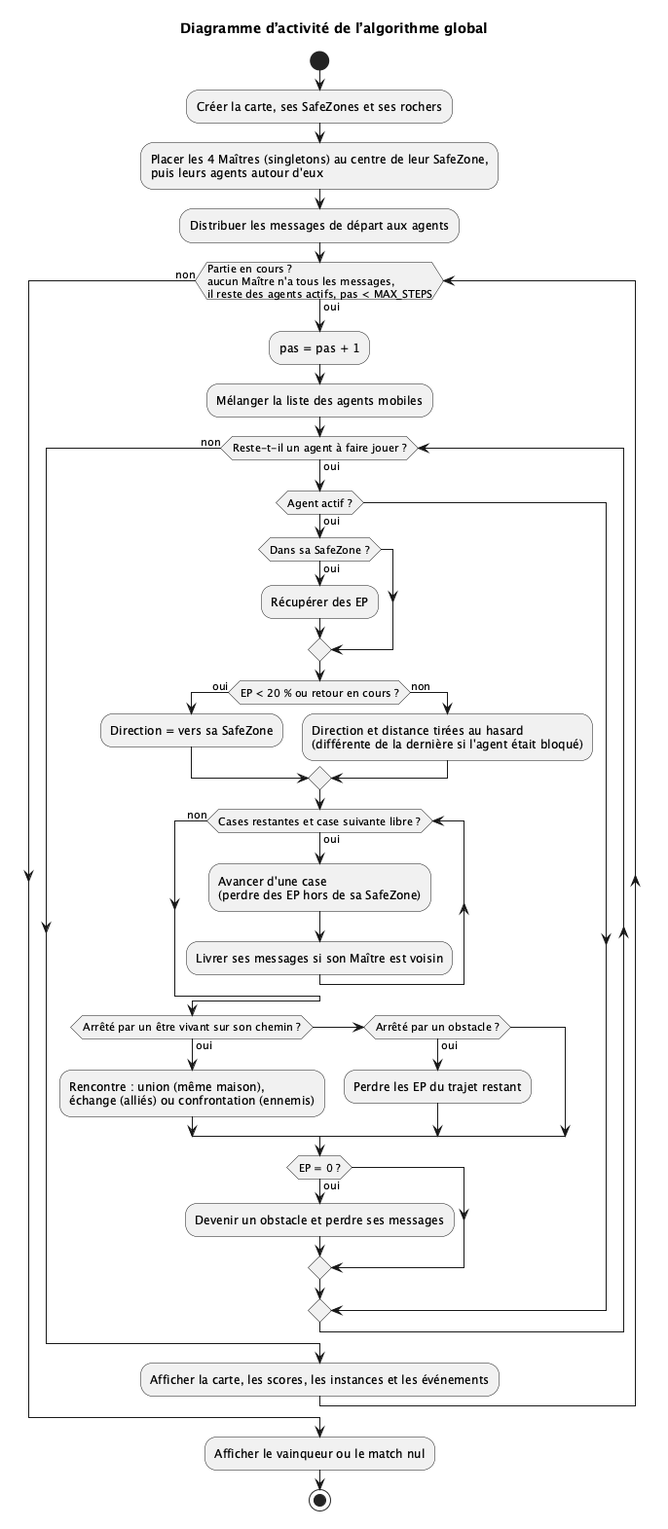
Above: docs/uml/activityDiagram.png in OlivierClavier/GameOfThrones-MAS (PlantUML), before the change.
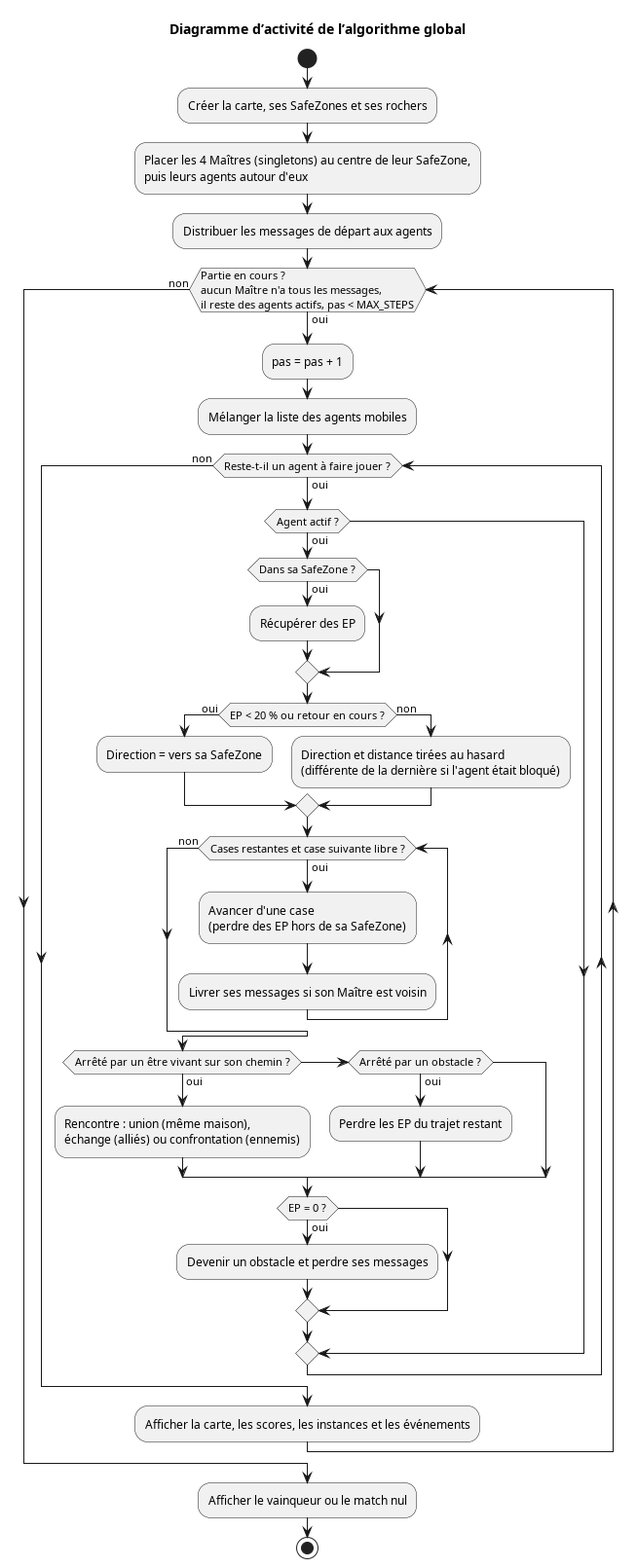
After the commit.

Change to the diagram source:
```diff
@@ -1,4 +1,5 @@
-@startuml
+@startuml activityDiagram
+skinparam defaultFontName Arial
 title Diagramme d’activité de l’algorithme global
 start
 :Créer la carte, ses SafeZones et ses rochers;
```
